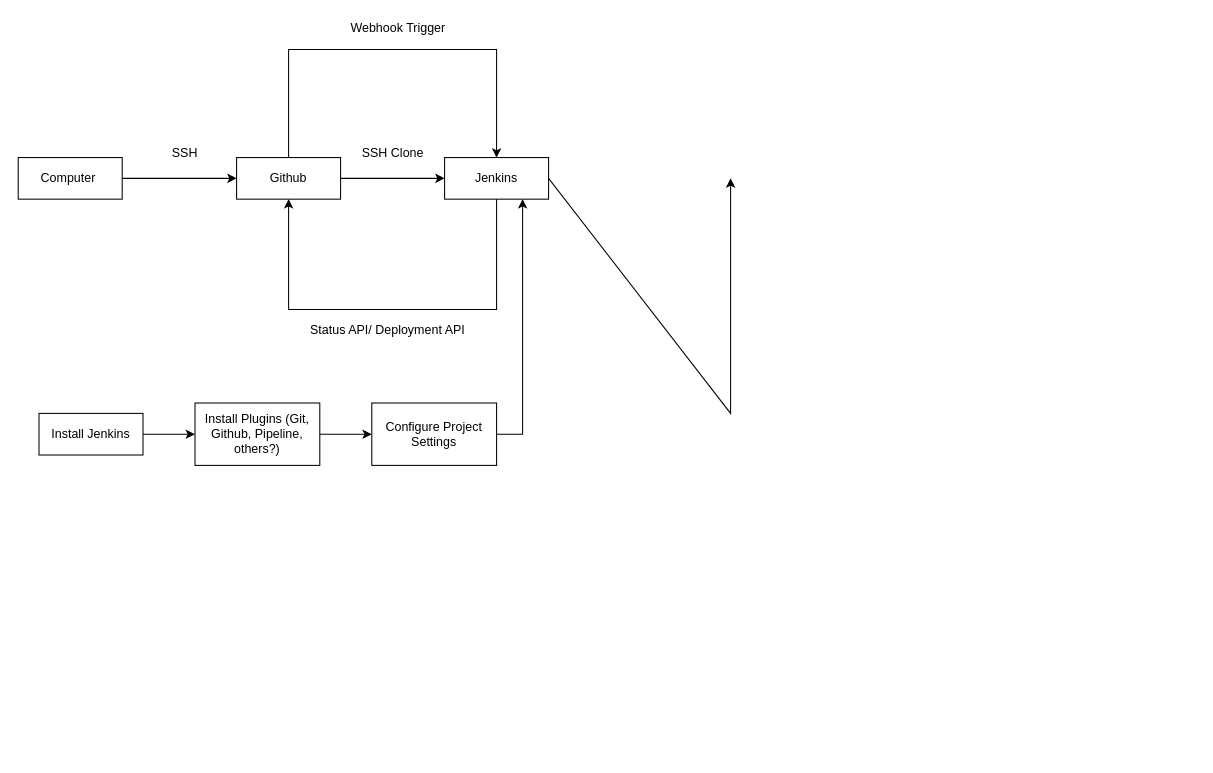
Before: diagrams/Jenkins Diagram.drawio in jo763/Jenkins_EC2, a draw.io diagram. Source tidied: cells renumbered, new cells numbered last; positions are measured from the earlier drawing's top-left corner, leaving out a move shared by most shapes. Both pictures are drawn from the tidied source at 104%, with x=0, y=0 at pixel (18, 18).
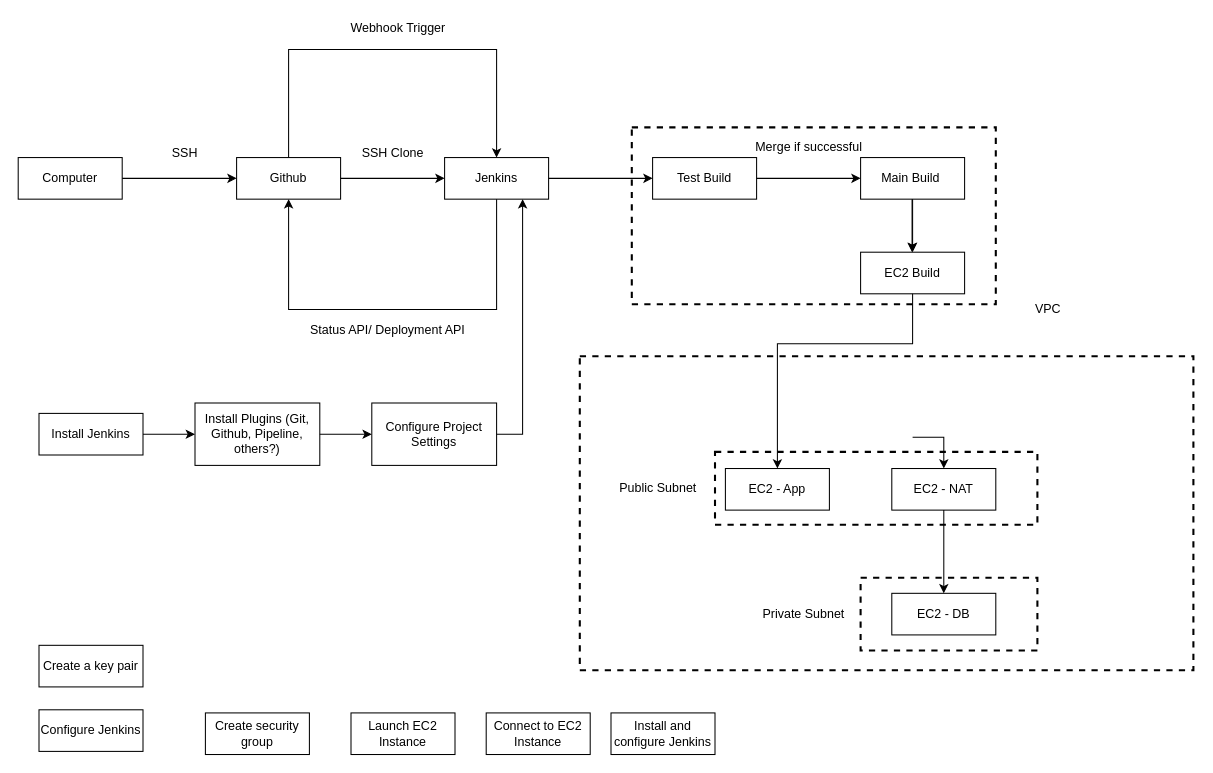
The same page after the edit.

The change refers to these unchanged cells:
```xml
<mxCell id="5" value="Jenkins" style="rounded=0;whiteSpace=wrap;html=1;" parent="1" vertex="1">
  <mxGeometry x="410" y="134" width="100" height="40" as="geometry" />
</mxCell>
```

What changed in the source:
```diff
@@
+    <mxCell id="20" style="rounded=0;whiteSpace=wrap;html=1;dashed=1;strokeWidth=2;gradientColor=none;" parent="1" vertex="1">
+      <mxGeometry x="590" y="105" width="350" height="170" as="geometry" />
+    </mxCell>
+    <mxCell id="21" style="rounded=0;whiteSpace=wrap;html=1;dashed=1;strokeWidth=2;gradientColor=none;" parent="1" vertex="1">
+      <mxGeometry x="540" y="325" width="590" height="302" as="geometry" />
+    </mxCell>
+    <mxCell id="22" style="rounded=0;whiteSpace=wrap;html=1;dashed=1;strokeWidth=2;gradientColor=none;" parent="1" vertex="1">
+      <mxGeometry x="670" y="417" width="310" height="70" as="geometry" />
+    </mxCell>
+    <mxCell id="23" style="rounded=0;whiteSpace=wrap;html=1;dashed=1;strokeWidth=2;gradientColor=none;" parent="1" vertex="1">
+      <mxGeometry x="810" y="538" width="170" height="70" as="geometry" />
+    </mxCell>
-    <mxCell id="2" value="Computer&amp;nbsp;" style="rounded=0;whiteSpace=wrap;html=1;" parent="1" vertex="1">
+    <mxCell id="2" value="Computer" style="rounded=0;whiteSpace=wrap;html=1;" parent="1" vertex="1">
       <mxGeometry y="134" width="100" height="40" as="geometry" />
     </mxCell>
@@
-    <mxCell id="19" style="endArrow=classic;html=1;rounded=0;entryX=0.75;entryY=1;entryDx=0;entryDy=0;exitX=1;exitY=0.5;exitDx=0;exitDy=0;" parent="1" edge="1" source="5">
+    <mxCell id="19" style="endArrow=classic;html=1;rounded=0;exitX=1;exitY=0.5;exitDx=0;exitDy=0;" parent="1" edge="1" source="5">
       <mxGeometry relative="1" as="geometry">
-        <mxPoint x="685" y="154" as="targetPoint" />
-        <Array as="points">
-          <mxPoint x="685" y="380" />
-        </Array>
+        <mxPoint x="610" y="154" as="targetPoint" />
       </mxGeometry>
     </mxCell>
+    <mxCell id="24" value="Main Build&amp;nbsp;" style="rounded=0;whiteSpace=wrap;html=1;" parent="1" vertex="1">
+      <mxGeometry x="810" y="134" width="100" height="40" as="geometry" />
+    </mxCell>
+    <mxCell id="25" value="Test Build" style="rounded=0;whiteSpace=wrap;html=1;" parent="1" vertex="1">
+      <mxGeometry x="610" y="134" width="100" height="40" as="geometry" />
+    </mxCell>
+    <mxCell id="26" style="endArrow=classic;html=1;rounded=0;exitX=1;exitY=0.5;exitDx=0;exitDy=0;entryX=0;entryY=0.5;entryDx=0;entryDy=0;" parent="1" edge="1" source="25" target="24">
+      <mxGeometry relative="1" as="geometry" />
+    </mxCell>
+    <mxCell id="27" value="Merge if successful" style="text;html=1;align=center;verticalAlign=middle;strokeColor=none;fillColor=none;" parent="1" vertex="1">
+      <mxGeometry x="700" y="114" width="120" height="20" as="geometry" />
+    </mxCell>
+    <mxCell id="28" value="EC2 Build" style="rounded=0;whiteSpace=wrap;html=1;" parent="1" vertex="1">
+      <mxGeometry x="810" y="225" width="100" height="40" as="geometry" />
+    </mxCell>
+    <mxCell id="29" style="endArrow=classic;html=1;rounded=0;exitX=0.5;exitY=1;exitDx=0;exitDy=0;" parent="1" edge="1" source="24">
+      <mxGeometry relative="1" as="geometry">
+        <mxPoint x="860" y="225" as="targetPoint" />
+      </mxGeometry>
+    </mxCell>
+    <mxCell id="30" value="EC2 - App" style="rounded=0;whiteSpace=wrap;html=1;" parent="1" vertex="1">
+      <mxGeometry x="680" y="433" width="100" height="40" as="geometry" />
+    </mxCell>
+    <mxCell id="31" value="EC2 - NAT" style="rounded=0;whiteSpace=wrap;html=1;" parent="1" vertex="1">
+      <mxGeometry x="840" y="433" width="100" height="40" as="geometry" />
+    </mxCell>
+    <mxCell id="32" value="EC2 - DB" style="rounded=0;whiteSpace=wrap;html=1;" parent="1" vertex="1">
+      <mxGeometry x="840" y="553" width="100" height="40" as="geometry" />
+    </mxCell>
+    <mxCell id="33" value="Public Subnet" style="text;html=1;align=center;verticalAlign=middle;strokeColor=none;fillColor=none;" parent="1" vertex="1">
+      <mxGeometry x="570" y="442" width="90" height="20" as="geometry" />
+    </mxCell>
+    <mxCell id="34" value="Private Subnet" style="text;html=1;align=center;verticalAlign=middle;strokeColor=none;fillColor=none;" parent="1" vertex="1">
+      <mxGeometry x="710" y="563" width="90" height="20" as="geometry" />
+    </mxCell>
+    <mxCell id="35" value="VPC" style="text;html=1;align=center;verticalAlign=middle;strokeColor=none;fillColor=none;" parent="1" vertex="1">
+      <mxGeometry x="970" y="270" width="40" height="20" as="geometry" />
+    </mxCell>
+    <mxCell id="36" style="endArrow=classic;html=1;rounded=0;exitX=0.5;exitY=1;exitDx=0;exitDy=0;entryX=0.5;entryY=0;entryDx=0;entryDy=0;" parent="1" edge="1" source="28" target="30">
+      <mxGeometry relative="1" as="geometry">
+        <Array as="points">
+          <mxPoint x="860" y="313" />
+          <mxPoint x="730" y="313" />
+        </Array>
+      </mxGeometry>
+    </mxCell>
+    <mxCell id="37" style="endArrow=classic;html=1;rounded=0;entryX=0.5;entryY=0;entryDx=0;entryDy=0;" parent="1" edge="1" target="31">
+      <mxGeometry relative="1" as="geometry">
+        <mxPoint x="860" y="403" as="sourcePoint" />
+        <Array as="points">
+          <mxPoint x="890" y="403" />
+        </Array>
+      </mxGeometry>
+    </mxCell>
+    <mxCell id="38" style="endArrow=classic;html=1;rounded=0;exitX=0.5;exitY=1;exitDx=0;exitDy=0;" parent="1" edge="1">
+      <mxGeometry relative="1" as="geometry">
+        <mxPoint x="859.5" y="174" as="sourcePoint" />
+        <mxPoint x="859.5" y="225" as="targetPoint" />
+      </mxGeometry>
+    </mxCell>
+    <mxCell id="39" style="endArrow=classic;html=1;rounded=0;exitX=0.5;exitY=1;exitDx=0;exitDy=0;" parent="1" edge="1" source="31" target="32">
+      <mxGeometry relative="1" as="geometry" />
+    </mxCell>
+    <mxCell id="40" value="Create a key pair" style="rounded=0;whiteSpace=wrap;html=1;" parent="1" vertex="1">
+      <mxGeometry x="20" y="603" width="100" height="40" as="geometry" />
+    </mxCell>
+    <mxCell id="41" value="Create security group" style="rounded=0;whiteSpace=wrap;html=1;" parent="1" vertex="1">
+      <mxGeometry x="180" y="668" width="100" height="40" as="geometry" />
+    </mxCell>
+    <mxCell id="42" value="Launch EC2 Instance" style="rounded=0;whiteSpace=wrap;html=1;" parent="1" vertex="1">
+      <mxGeometry x="320" y="668" width="100" height="40" as="geometry" />
+    </mxCell>
+    <mxCell id="43" value="Install and configure Jenkins" style="rounded=0;whiteSpace=wrap;html=1;" parent="1" vertex="1">
+      <mxGeometry x="570" y="668" width="100" height="40" as="geometry" />
+    </mxCell>
+    <mxCell id="44" value="Connect to EC2 Instance" style="rounded=0;whiteSpace=wrap;html=1;" parent="1" vertex="1">
+      <mxGeometry x="450" y="668" width="100" height="40" as="geometry" />
+    </mxCell>
+    <mxCell id="45" value="Configure Jenkins" style="rounded=0;whiteSpace=wrap;html=1;" parent="1" vertex="1">
+      <mxGeometry x="20" y="665" width="100" height="40" as="geometry" />
+    </mxCell>
```
